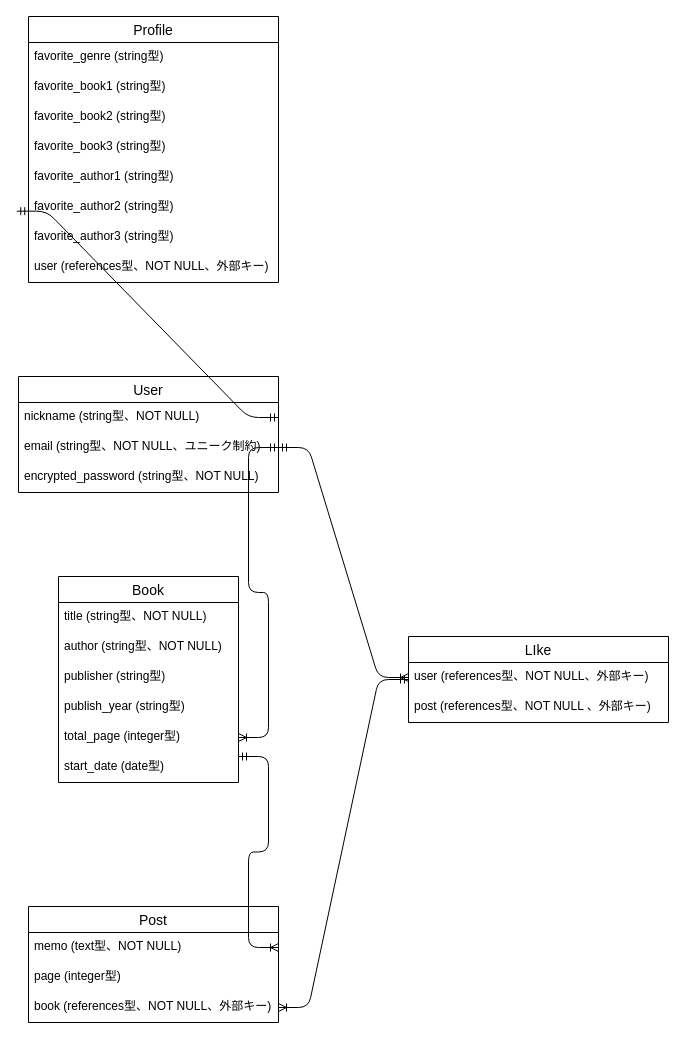
Above: er.dio in haruna-katuki/booktags (draw.io), before the change. Source tidied: cells renumbered, new cells numbered last; positions are measured from the earlier drawing's top-left corner, leaving out a move shared by most shapes. Both pictures are drawn from the tidied source at 100%, with x=0, y=0 at pixel (18, 16).
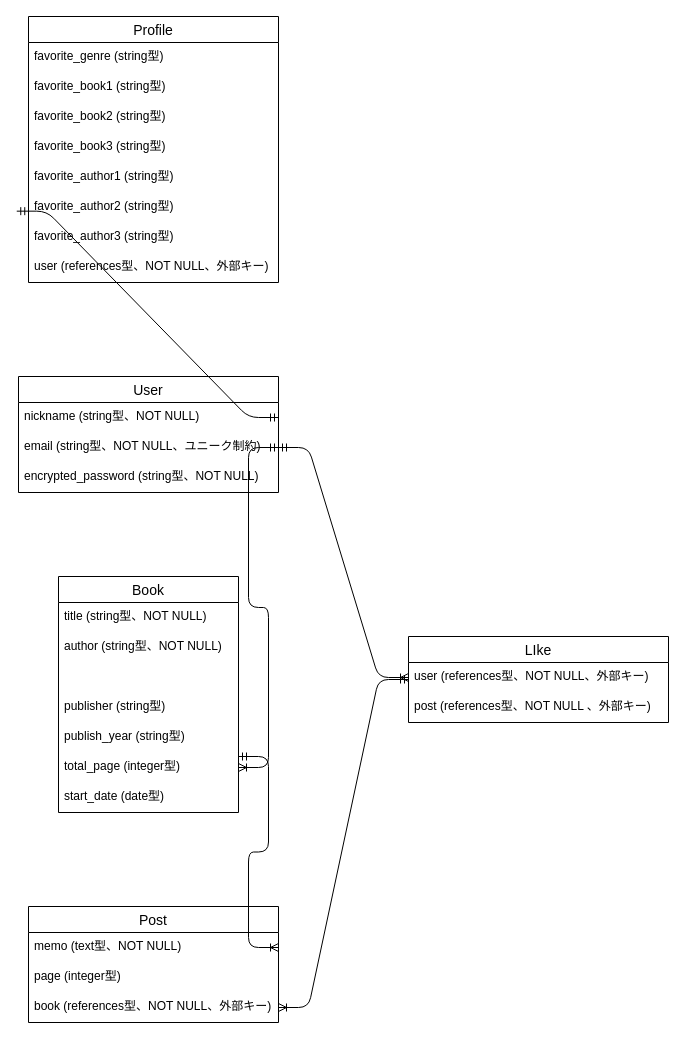
The same diagram, later.

Diff of the diagram source:
```diff
@@
     <mxCell id="15" value="Book" style="swimlane;fontStyle=0;horizontal=1;startSize=26;align=center;fontSize=14;" parent="1" vertex="1">
-      <mxGeometry x="40" y="560" width="180" height="206" as="geometry" />
+      <mxGeometry x="40" y="560" width="180" height="236" as="geometry" />
     </mxCell>
@@
+    <mxCell id="34" style="text;strokeColor=none;fillColor=none;spacingLeft=4;spacingRight=4;overflow=hidden;fontSize=12;" parent="15" vertex="1">
+      <mxGeometry y="86" width="180" height="30" as="geometry" />
+    </mxCell>
     <mxCell id="18" value="publisher (string型)" style="text;strokeColor=none;fillColor=none;spacingLeft=4;spacingRight=4;overflow=hidden;fontSize=12;" parent="15" vertex="1">
-      <mxGeometry y="86" width="180" height="30" as="geometry" />
+      <mxGeometry y="116" width="180" height="30" as="geometry" />
     </mxCell>
     <mxCell id="19" value="publish_year (string型)" style="text;strokeColor=none;fillColor=none;spacingLeft=4;spacingRight=4;overflow=hidden;fontSize=12;" parent="15" vertex="1">
-      <mxGeometry y="116" width="180" height="30" as="geometry" />
+      <mxGeometry y="146" width="180" height="30" as="geometry" />
     </mxCell>
     <mxCell id="20" value="total_page (integer型)" style="text;strokeColor=none;fillColor=none;spacingLeft=4;spacingRight=4;overflow=hidden;points=[[0,0.5],[1,0.5]];portConstraint=eastwest;fontSize=12;" parent="15" vertex="1">
-      <mxGeometry y="146" width="180" height="30" as="geometry" />
+      <mxGeometry y="176" width="180" height="30" as="geometry" />
     </mxCell>
     <mxCell id="21" value="start_date (date型)" style="text;strokeColor=none;fillColor=none;spacingLeft=4;spacingRight=4;overflow=hidden;fontSize=12;" parent="15" vertex="1">
-      <mxGeometry y="176" width="180" height="30" as="geometry" />
+      <mxGeometry y="206" width="180" height="30" as="geometry" />
     </mxCell>
```
